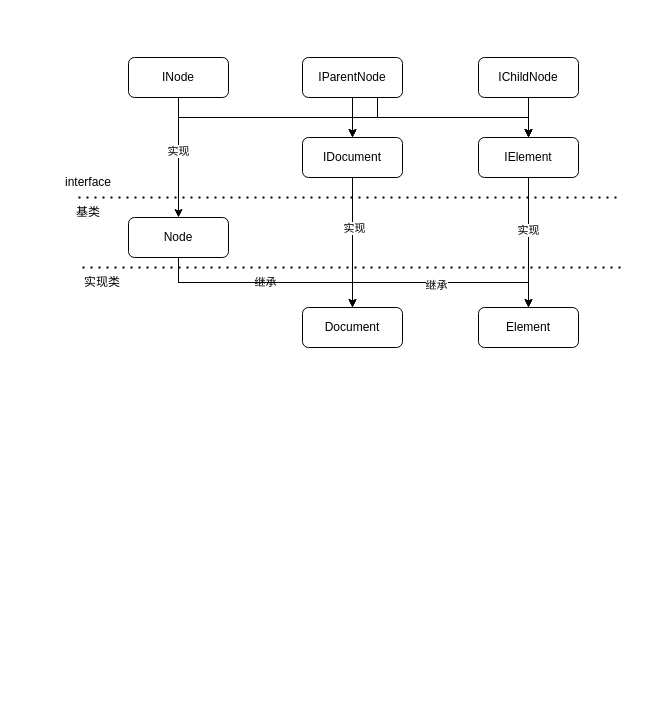
Above: javaScript/node.drawio in Alex-Li2018/flow-chart (draw.io), before the change. Source tidied: cells renumbered, new cells numbered last; positions are measured from the earlier drawing's top-left corner, leaving out a move shared by most shapes. Both pictures are drawn from the tidied source at 100%, with x=0, y=0 at pixel (58, 57).
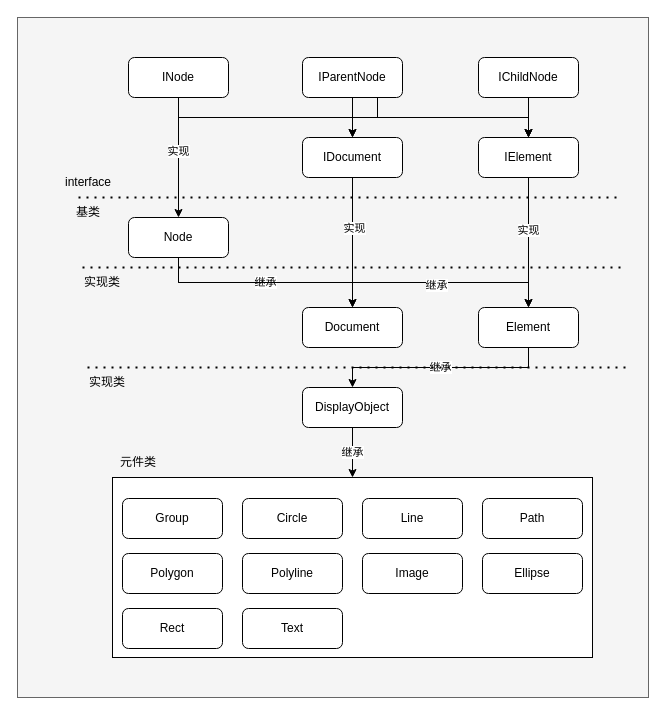
After the change.

Unchanged cells that the change refers to:
```xml
<mxCell id="17" value="Element" style="rounded=1;whiteSpace=wrap;html=1;" parent="1" vertex="1">
  <mxGeometry x="420" y="250" width="100" height="40" as="geometry" />
</mxCell>
```

The edit, as a diff of the source:
```diff
@@
+    <mxCell id="29" style="rounded=0;whiteSpace=wrap;html=1;fillColor=#f5f5f5;strokeColor=#666666;fontColor=#333333;" parent="1" vertex="1">
+      <mxGeometry x="-41" y="-40" width="631" height="680" as="geometry" />
+    </mxCell>
+    <mxCell id="30" style="rounded=0;whiteSpace=wrap;html=1;" parent="1" vertex="1">
+      <mxGeometry x="54" y="420" width="480" height="180" as="geometry" />
+    </mxCell>
@@
+    <mxCell id="31" value="继承" style="edgeStyle=orthogonalEdgeStyle;rounded=0;jettySize=auto;html=1;exitX=0.5;exitY=1;exitDx=0;exitDy=0;entryX=0.5;entryY=0;entryDx=0;entryDy=0;" parent="1" edge="1" source="17" target="33">
+      <mxGeometry relative="1" as="geometry" />
+    </mxCell>
@@
+    <mxCell id="32" value="继承" style="edgeStyle=orthogonalEdgeStyle;rounded=0;jettySize=auto;html=1;exitX=0.5;exitY=1;exitDx=0;exitDy=0;entryX=0.5;entryY=0;entryDx=0;entryDy=0;" parent="1" edge="1" source="33" target="30">
+      <mxGeometry relative="1" as="geometry" />
+    </mxCell>
+    <mxCell id="33" value="DisplayObject" style="rounded=1;whiteSpace=wrap;html=1;" parent="1" vertex="1">
+      <mxGeometry x="244" y="330" width="100" height="40" as="geometry" />
+    </mxCell>
+    <mxCell id="34" style="endArrow=none;dashed=1;html=1;dashPattern=1 3;strokeWidth=2;rounded=0;" parent="1" edge="1">
+      <mxGeometry relative="1" as="geometry">
+        <mxPoint x="29" y="310" as="sourcePoint" />
+        <mxPoint x="569" y="310" as="targetPoint" />
+      </mxGeometry>
+    </mxCell>
+    <mxCell id="35" value="实现类" style="text;html=1;strokeColor=none;fillColor=none;align=center;verticalAlign=middle;whiteSpace=wrap;rounded=0;" parent="1" vertex="1">
+      <mxGeometry x="19" y="310" width="60" height="30" as="geometry" />
+    </mxCell>
+    <mxCell id="36" value="Group" style="rounded=1;whiteSpace=wrap;html=1;" parent="1" vertex="1">
+      <mxGeometry x="64" y="441" width="100" height="40" as="geometry" />
+    </mxCell>
+    <mxCell id="37" value="Circle" style="rounded=1;whiteSpace=wrap;html=1;" parent="1" vertex="1">
+      <mxGeometry x="184" y="441" width="100" height="40" as="geometry" />
+    </mxCell>
+    <mxCell id="38" value="Line" style="rounded=1;whiteSpace=wrap;html=1;" parent="1" vertex="1">
+      <mxGeometry x="304" y="441" width="100" height="40" as="geometry" />
+    </mxCell>
+    <mxCell id="39" value="Path" style="rounded=1;whiteSpace=wrap;html=1;" parent="1" vertex="1">
+      <mxGeometry x="424" y="441" width="100" height="40" as="geometry" />
+    </mxCell>
+    <mxCell id="40" value="Polygon" style="rounded=1;whiteSpace=wrap;html=1;" parent="1" vertex="1">
+      <mxGeometry x="64" y="496" width="100" height="40" as="geometry" />
+    </mxCell>
+    <mxCell id="41" value="Polyline" style="rounded=1;whiteSpace=wrap;html=1;" parent="1" vertex="1">
+      <mxGeometry x="184" y="496" width="100" height="40" as="geometry" />
+    </mxCell>
+    <mxCell id="42" value="Image" style="rounded=1;whiteSpace=wrap;html=1;" parent="1" vertex="1">
+      <mxGeometry x="304" y="496" width="100" height="40" as="geometry" />
+    </mxCell>
+    <mxCell id="43" value="Ellipse" style="rounded=1;whiteSpace=wrap;html=1;" parent="1" vertex="1">
+      <mxGeometry x="424" y="496" width="100" height="40" as="geometry" />
+    </mxCell>
+    <mxCell id="44" value="Rect" style="rounded=1;whiteSpace=wrap;html=1;" parent="1" vertex="1">
+      <mxGeometry x="64" y="551" width="100" height="40" as="geometry" />
+    </mxCell>
+    <mxCell id="45" value="Text" style="rounded=1;whiteSpace=wrap;html=1;" parent="1" vertex="1">
+      <mxGeometry x="184" y="551" width="100" height="40" as="geometry" />
+    </mxCell>
+    <mxCell id="46" value="元件类" style="text;html=1;strokeColor=none;fillColor=none;align=center;verticalAlign=middle;whiteSpace=wrap;rounded=0;" parent="1" vertex="1">
+      <mxGeometry x="50" y="390" width="60" height="30" as="geometry" />
+    </mxCell>
```
